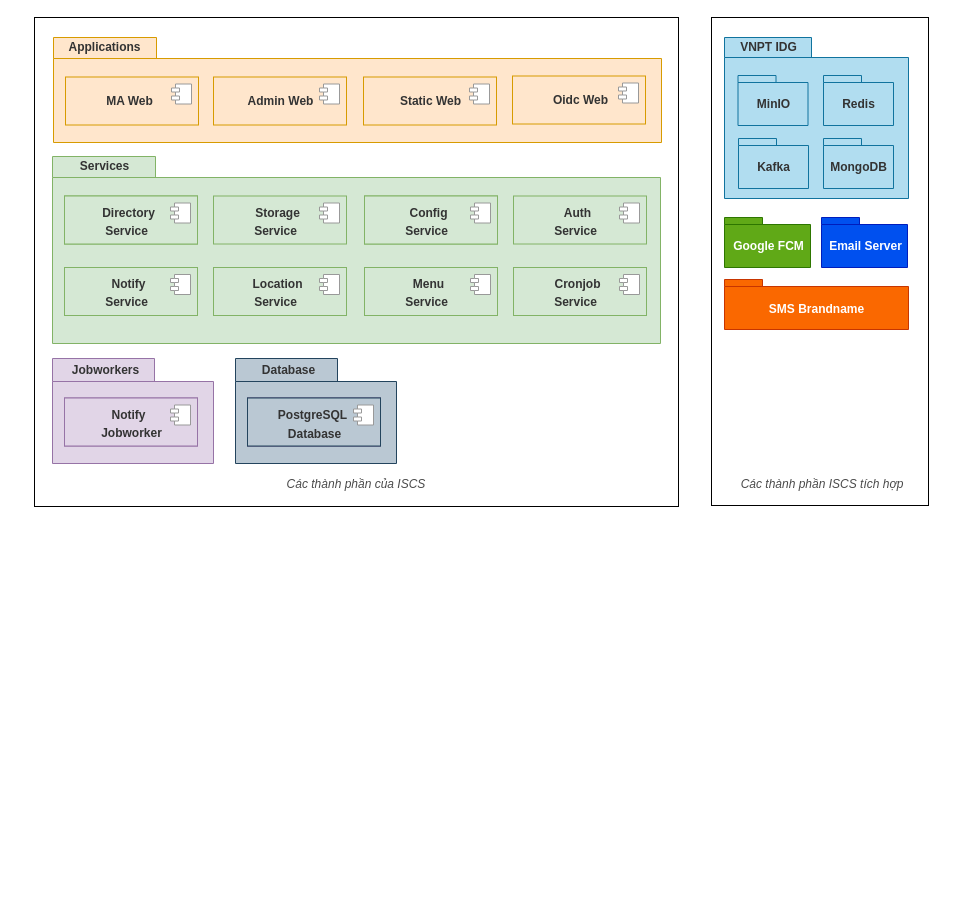
The draw.io diagram page "Trang-1" (1 of 12) of iscs.drawio in mitgaming/drawio, before the edit. Source tidied: cells renumbered, new cells numbered last; positions are measured from the earlier drawing's top-left corner, leaving out a move shared by most shapes. Both pictures are drawn from the tidied source at 100%, with x=0, y=0 at pixel (34, 17).
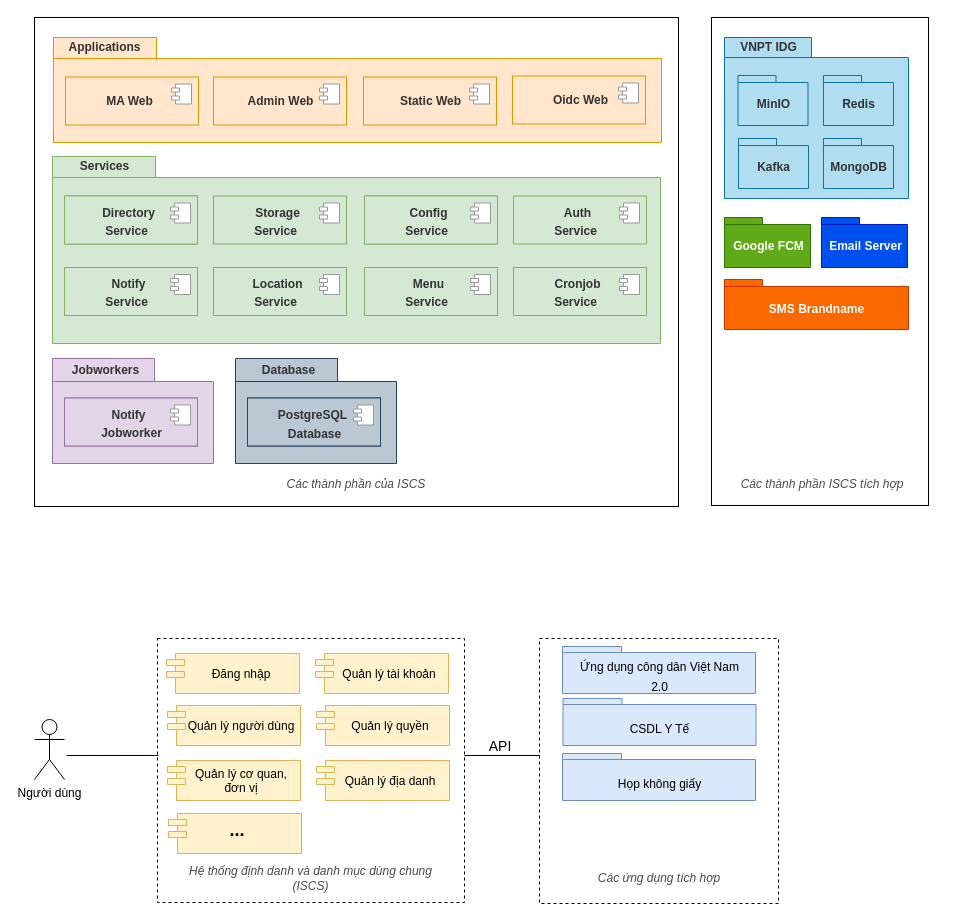
After the change.

The edit, as a diff of the source:
```diff
@@
+    <mxCell id="112" value="Người dùng" style="shape=umlActor;verticalLabelPosition=bottom;verticalAlign=top;html=1;" parent="1" vertex="1">
+      <mxGeometry y="702" width="30" height="60" as="geometry" />
+    </mxCell>
+    <mxCell id="113" style="rounded=0;whiteSpace=wrap;html=1;dashed=1;" parent="1" vertex="1">
+      <mxGeometry x="123" y="621" width="307" height="264" as="geometry" />
+    </mxCell>
+    <mxCell id="114" value="Hệ thống định danh và danh mục dùng chung (ISCS)" style="text;html=1;strokeColor=none;fillColor=none;align=center;verticalAlign=middle;whiteSpace=wrap;rounded=0;fontColor=#4A4A4A;fontStyle=2;" parent="1" vertex="1">
+      <mxGeometry x="140" y="846" width="273" height="30" as="geometry" />
+    </mxCell>
+    <mxCell id="115" style="group;" parent="1" vertex="1">
+      <mxGeometry x="132" y="636" width="133" height="40" as="geometry" />
+    </mxCell>
+    <mxCell id="116" style="shape=module;align=left;spacingLeft=20;align=center;verticalAlign=top;jettyWidth=18;jettyHeight=6;fillColor=#fff2cc;strokeColor=#d6b656;" parent="115" vertex="1">
+      <mxGeometry width="133" height="40" as="geometry" />
+    </mxCell>
+    <mxCell id="117" value="Đăng nhập" style="text;align=center;fontStyle=0;verticalAlign=middle;spacingLeft=3;spacingRight=3;strokeColor=none;dashed=1;" parent="115" vertex="1">
+      <mxGeometry x="35" y="7" width="80" height="26" as="geometry" />
+    </mxCell>
+    <mxCell id="118" style="group;" parent="1" vertex="1">
+      <mxGeometry x="281" y="636" width="133" height="40" as="geometry" />
+    </mxCell>
+    <mxCell id="119" style="shape=module;align=left;spacingLeft=20;align=center;verticalAlign=top;jettyWidth=18;jettyHeight=6;fillColor=#fff2cc;strokeColor=#d6b656;" parent="118" vertex="1">
+      <mxGeometry width="133" height="40" as="geometry" />
+    </mxCell>
+    <mxCell id="120" value="Quản lý tài khoản" style="text;align=center;fontStyle=0;verticalAlign=middle;spacingLeft=3;spacingRight=3;strokeColor=none;dashed=1;" parent="118" vertex="1">
+      <mxGeometry x="34" y="7" width="80" height="26" as="geometry" />
+    </mxCell>
+    <mxCell id="121" style="group;" parent="1" vertex="1">
+      <mxGeometry x="133" y="688" width="133" height="40" as="geometry" />
+    </mxCell>
+    <mxCell id="122" style="shape=module;align=left;spacingLeft=20;align=center;verticalAlign=top;jettyWidth=18;jettyHeight=6;fillColor=#fff2cc;strokeColor=#d6b656;" parent="121" vertex="1">
+      <mxGeometry width="133" height="40" as="geometry" />
+    </mxCell>
+    <mxCell id="123" value="Quản lý người dùng" style="text;align=center;fontStyle=0;verticalAlign=middle;spacingLeft=3;spacingRight=3;strokeColor=none;dashed=1;" parent="121" vertex="1">
+      <mxGeometry x="34" y="7" width="80" height="26" as="geometry" />
+    </mxCell>
+    <mxCell id="124" style="group;" parent="1" vertex="1">
+      <mxGeometry x="282" y="688" width="133" height="40" as="geometry" />
+    </mxCell>
+    <mxCell id="125" style="shape=module;align=left;spacingLeft=20;align=center;verticalAlign=top;jettyWidth=18;jettyHeight=6;fillColor=#fff2cc;strokeColor=#d6b656;" parent="124" vertex="1">
+      <mxGeometry width="133" height="40" as="geometry" />
+    </mxCell>
+    <mxCell id="126" value="Quản lý quyền" style="text;align=center;fontStyle=0;verticalAlign=middle;spacingLeft=3;spacingRight=3;strokeColor=none;dashed=1;" parent="124" vertex="1">
+      <mxGeometry x="34" y="7" width="80" height="26" as="geometry" />
+    </mxCell>
+    <mxCell id="127" style="group;" parent="1" vertex="1">
+      <mxGeometry x="133" y="743" width="133" height="40" as="geometry" />
+    </mxCell>
+    <mxCell id="128" style="shape=module;align=left;spacingLeft=20;align=center;verticalAlign=top;jettyWidth=18;jettyHeight=6;fillColor=#fff2cc;strokeColor=#d6b656;" parent="127" vertex="1">
+      <mxGeometry width="133" height="40" as="geometry" />
+    </mxCell>
+    <mxCell id="129" value="Quản lý cơ quan,&#10;đơn vị" style="text;align=center;fontStyle=0;verticalAlign=middle;spacingLeft=3;spacingRight=3;strokeColor=none;dashed=1;" parent="127" vertex="1">
+      <mxGeometry x="34" y="7" width="80" height="26" as="geometry" />
+    </mxCell>
+    <mxCell id="130" style="group;" parent="1" vertex="1">
+      <mxGeometry x="282" y="743" width="133" height="40" as="geometry" />
+    </mxCell>
+    <mxCell id="131" style="shape=module;align=left;spacingLeft=20;align=center;verticalAlign=top;jettyWidth=18;jettyHeight=6;fillColor=#fff2cc;strokeColor=#d6b656;" parent="130" vertex="1">
+      <mxGeometry width="133" height="40" as="geometry" />
+    </mxCell>
+    <mxCell id="132" value="Quản lý địa danh" style="text;align=center;fontStyle=0;verticalAlign=middle;spacingLeft=3;spacingRight=3;strokeColor=none;dashed=1;" parent="130" vertex="1">
+      <mxGeometry x="34" y="7" width="80" height="26" as="geometry" />
+    </mxCell>
+    <mxCell id="133" style="group;" parent="1" vertex="1">
+      <mxGeometry x="134" y="796" width="133" height="40" as="geometry" />
+    </mxCell>
+    <mxCell id="134" style="shape=module;align=left;spacingLeft=20;align=center;verticalAlign=top;jettyWidth=18;jettyHeight=6;fillColor=#fff2cc;strokeColor=#d6b656;" parent="133" vertex="1">
+      <mxGeometry width="133" height="40" as="geometry" />
+    </mxCell>
+    <mxCell id="135" value="..." style="text;align=center;fontStyle=1;verticalAlign=middle;spacingLeft=3;spacingRight=3;strokeColor=none;dashed=1;fontSize=18;" parent="133" vertex="1">
+      <mxGeometry x="29" y="2" width="80" height="26" as="geometry" />
+    </mxCell>
+    <mxCell id="136" style="endArrow=none;html=1;rounded=0;fontSize=18;entryX=0.003;entryY=0.443;entryDx=0;entryDy=0;entryPerimeter=0;" parent="1" edge="1" target="113">
+      <mxGeometry relative="1" as="geometry">
+        <mxPoint x="32" y="738" as="sourcePoint" />
+      </mxGeometry>
+    </mxCell>
+    <mxCell id="137" style="rounded=0;whiteSpace=wrap;html=1;dashed=1;" parent="1" vertex="1">
+      <mxGeometry x="505" y="621" width="239" height="265" as="geometry" />
+    </mxCell>
+    <mxCell id="138" value="Các ứng dụng tích hợp" style="text;html=1;strokeColor=none;fillColor=none;align=center;verticalAlign=middle;whiteSpace=wrap;rounded=0;fontColor=#4A4A4A;fontStyle=2;" parent="1" vertex="1">
+      <mxGeometry x="522" y="846" width="206" height="30" as="geometry" />
+    </mxCell>
+    <mxCell id="139" style="endArrow=none;html=1;rounded=0;fontSize=18;" parent="1" edge="1">
+      <mxGeometry relative="1" as="geometry">
+        <mxPoint x="430" y="738" as="sourcePoint" />
+        <mxPoint x="505" y="738" as="targetPoint" />
+      </mxGeometry>
+    </mxCell>
+    <mxCell id="140" value="&lt;font style=&quot;font-size: 14px&quot;&gt;API&lt;/font&gt;" style="text;html=1;strokeColor=none;fillColor=none;align=center;verticalAlign=middle;whiteSpace=wrap;rounded=0;dashed=1;fontSize=18;" parent="1" vertex="1">
+      <mxGeometry x="436" y="713" width="60" height="30" as="geometry" />
+    </mxCell>
+    <mxCell id="141" value="&lt;span style=&quot;font-size: 12px ; font-weight: 400&quot;&gt;Ứng dụng công dân Việt Nam&lt;br&gt;2.0&lt;/span&gt;" style="shape=folder;fontStyle=1;spacingTop=10;tabWidth=59;tabHeight=6;tabPosition=left;html=1;fontSize=16;strokeColor=#6c8ebf;fillColor=#dae8fc;" parent="1" vertex="1">
+      <mxGeometry x="528" y="629" width="193" height="47" as="geometry" />
+    </mxCell>
+    <mxCell id="142" value="&lt;span style=&quot;font-size: 12px ; font-weight: 400&quot;&gt;CSDL Y Tế&lt;br&gt;&lt;/span&gt;" style="shape=folder;fontStyle=1;spacingTop=10;tabWidth=59;tabHeight=6;tabPosition=left;html=1;fontSize=16;strokeColor=#6c8ebf;fillColor=#dae8fc;" parent="1" vertex="1">
+      <mxGeometry x="528.5" y="681" width="193" height="47" as="geometry" />
+    </mxCell>
+    <mxCell id="143" value="&lt;span style=&quot;font-size: 12px ; font-weight: 400&quot;&gt;Họp không giấy&lt;/span&gt;" style="shape=folder;fontStyle=1;spacingTop=10;tabWidth=59;tabHeight=6;tabPosition=left;html=1;fontSize=16;strokeColor=#6c8ebf;fillColor=#dae8fc;" parent="1" vertex="1">
+      <mxGeometry x="528" y="736" width="193" height="47" as="geometry" />
+    </mxCell>
```
